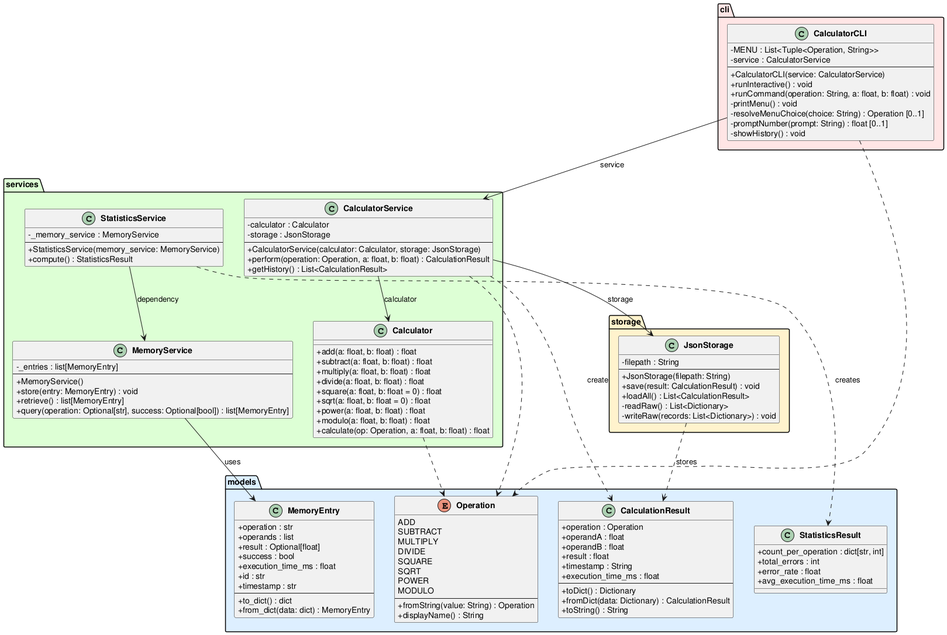
This is experiments/pipeline/test_driven/calculator/artifacts/class_diagram.png from DanielRiha8906/Software_autoevolution_using_agents, a PlantUML export, as it was before one commit.
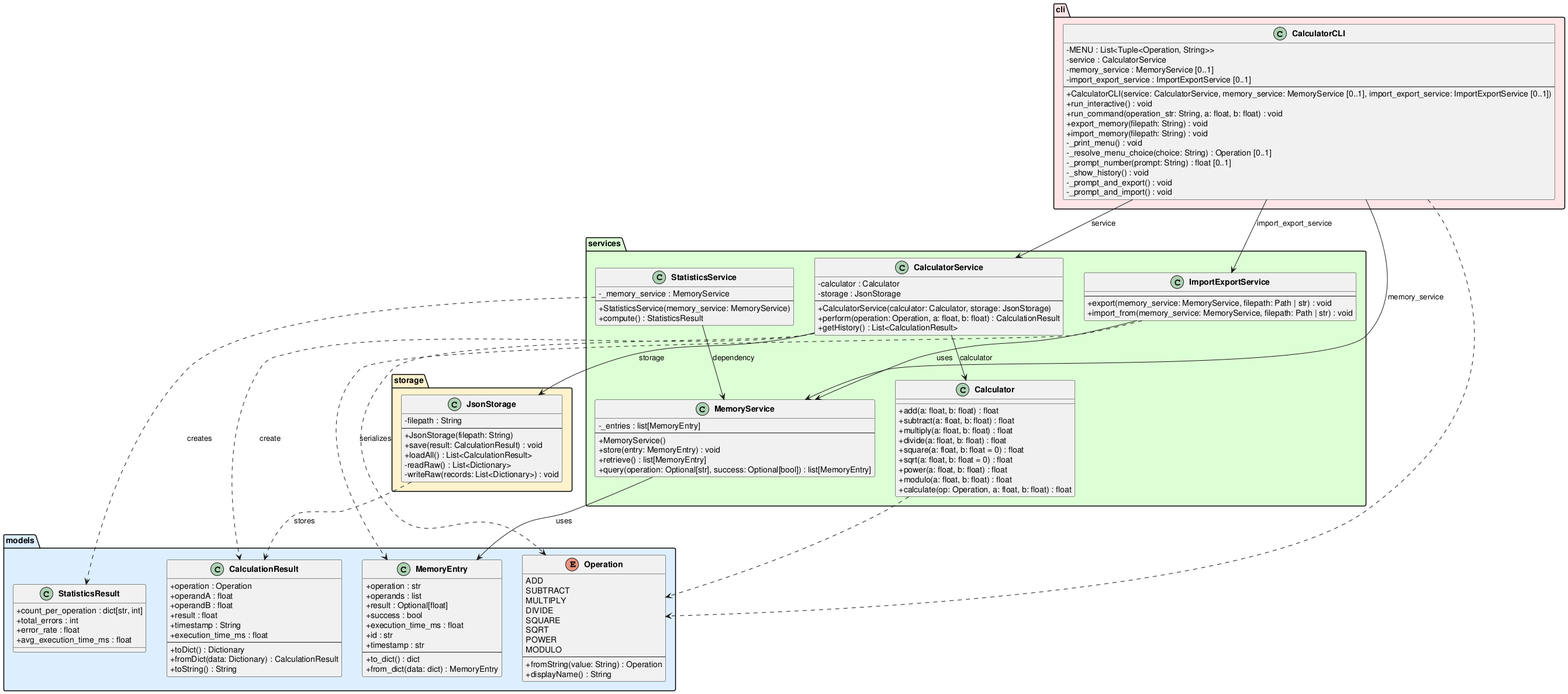
After the change.

The edit, as a diff of the source:
```diff
@@ -89,6 +89,12 @@
         +StatisticsService(memory_service: MemoryService)
         +compute() : StatisticsResult
     }
+
+    class ImportExportService {
+        --
+        +export(memory_service: MemoryService, filepath: Path | str) : void
+        +import_from(memory_service: MemoryService, filepath: Path | str) : void
+    }
 }
 
 package "storage" #FFF3CC {
@@ -107,18 +113,26 @@
     class CalculatorCLI {
         -MENU : List<Tuple<Operation, String>>
         -service : CalculatorService
+        -memory_service : MemoryService [0..1]
+        -import_export_service : ImportExportService [0..1]
         --
-        +CalculatorCLI(service: CalculatorService)
-        +runInteractive() : void
-        +runCommand(operation: String, a: float, b: float) : void
-        -printMenu() : void
-        -resolveMenuChoice(choice: String) : Operation [0..1]
-        -promptNumber(prompt: String) : float [0..1]
-        -showHistory() : void
+        +CalculatorCLI(service: CalculatorService, memory_service: MemoryService [0..1], import_export_service: ImportExportService [0..1])
+        +run_interactive() : void
+        +run_command(operation_str: String, a: float, b: float) : void
+        +export_memory(filepath: String) : void
+        +import_memory(filepath: String) : void
+        -_print_menu() : void
+        -_resolve_menu_choice(choice: String) : Operation [0..1]
+        -_prompt_number(prompt: String) : float [0..1]
+        -_show_history() : void
+        -_prompt_and_export() : void
+        -_prompt_and_import() : void
     }
 }
 
 CalculatorCLI --> CalculatorService : service
+CalculatorCLI --> MemoryService : memory_service
+CalculatorCLI --> ImportExportService : import_export_service
 CalculatorService --> Calculator : calculator
 CalculatorService --> JsonStorage : storage
 
@@ -130,6 +144,9 @@
 
 MemoryService --> MemoryEntry : uses
 
+ImportExportService --> MemoryService : uses
+ImportExportService ..> MemoryEntry : serializes
+
 StatisticsService --> MemoryService : dependency
 StatisticsService ..> StatisticsResult : creates
 
```
